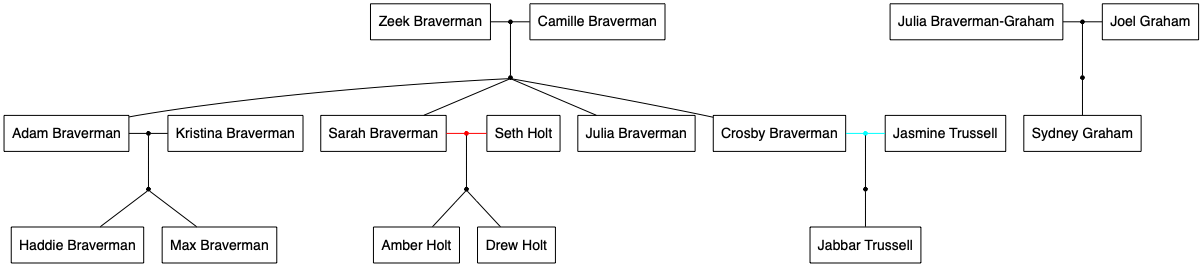
The Graphviz diagram public/parenthood2.gv.png in JosePedroDias/parenthood, before a commit. Its source is kept beside it as public/parenthood2.gv. Source of this version:
```dot
graph {
  node [shape=box fontname=Helvetica]

  subgraph {
    rank=same
    "Zeek Braverman" -- "Zeek Braverman_Camille Braverman" -- "Camille Braverman"
    "Zeek Braverman_Camille Braverman" [shape=point]
  }

  "Zeek Braverman_Camille Braverman" -- "Zeek Braverman_Camille Braverman_sibs"

  "Zeek Braverman_Camille Braverman_sibs" [shape=point]

  "Zeek Braverman_Camille Braverman_sibs" -- "Adam Braverman"
  "Zeek Braverman_Camille Braverman_sibs" -- "Sarah Braverman"
  "Zeek Braverman_Camille Braverman_sibs" -- "Julia Braverman"
  "Zeek Braverman_Camille Braverman_sibs" -- "Crosby Braverman"

  subgraph {
    rank=same
    "Adam Braverman"
    "Sarah Braverman"
    "Julia Braverman"
    "Crosby Braverman"
  }

  subgraph {
    rank=same
    "Adam Braverman" -- "Adam Braverman_Kristina Braverman" -- "Kristina Braverman"
    "Adam Braverman_Kristina Braverman" [shape=point]
  }

  "Adam Braverman_Kristina Braverman" -- "Adam Braverman_Kristina Braverman_sibs"

  "Adam Braverman_Kristina Braverman_sibs" [shape=point]

  "Adam Braverman_Kristina Braverman_sibs" -- "Haddie Braverman"
  "Adam Braverman_Kristina Braverman_sibs" -- "Max Braverman"

  subgraph {
    rank=same
    "Haddie Braverman"
    "Max Braverman"
  }

  subgraph {
    rank=same
    "Sarah Braverman" -- "Sarah Braverman_Seth Holt" -- "Seth Holt" [color=red]
    "Sarah Braverman_Seth Holt" [color=red shape=point]
  }

  "Sarah Braverman_Seth Holt" -- "Sarah Braverman_Seth Holt_sibs"

  "Sarah Braverman_Seth Holt_sibs" [shape=point]

  "Sarah Braverman_Seth Holt_sibs" -- "Amber Holt"
  "Sarah Braverman_Seth Holt_sibs" -- "Drew Holt"

  subgraph {
    rank=same
    "Amber Holt"
    "Drew Holt"
  }

  subgraph {
    rank=same
    "Julia Braverman-Graham" -- "Julia Braverman-Graham_Joel Graham" -- "Joel Graham"
    "Julia Braverman-Graham_Joel Graham" [shape=point]
  }

  "Julia Braverman-Graham_Joel Graham" -- "Julia Braverman-Graham_Joel Graham_sibs"

  "Julia Braverman-Graham_Joel Graham_sibs" [shape=point]

  "Julia Braverman-Graham_Joel Graham_sibs" -- "Sydney Graham"

  subgraph {
    rank=same
    "Sydney Graham"
  }

  subgraph {
    rank=same
    "Crosby Braverman" -- "Crosby Braverman_Jasmine Trussell" -- "Jasmine Trussell" [color=cyan]
    "Crosby Braverman_Jasmine Trussell" [color=cyan shape=point]
  }

  "Crosby Braverman_Jasmine Trussell" -- "Crosby Braverman_Jasmine Trussell_sibs"

  "Crosby Braverman_Jasmine Trussell_sibs" [shape=point]

  "Crosby Braverman_Jasmine Trussell_sibs" -- "Jabbar Trussell"

  subgraph {
    rank=same
    "Jabbar Trussell"
  }

}
```
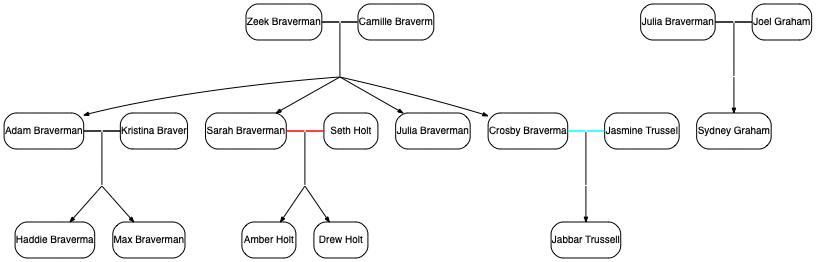
After the change.

Change to the diagram source:
```diff
@@ -1,99 +1,117 @@
 graph {
-  node [shape=box fontname=Helvetica]
+  node [shape=rect style=rounded fontname=Helvetica fontsize=10 margin=0.02]
+  splines=true
+  overlap=false
+  #pack=true
+  #packMode="node"
+  #ratio=1.5
+  #rankdir="LR"
+  #newrank=true
+
 
   subgraph {
     rank=same
-    "Zeek Braverman" -- "Zeek Braverman_Camille Braverman" -- "Camille Braverman"
-    "Zeek Braverman_Camille Braverman" [shape=point]
+    "Zeek Braverman" -- "Zeek Braverman_Camille Braverman" -- "Camille Braverman" [ penwidth=1.5 weight=2 len=0.7]
+    "Zeek Braverman" [label="Zeek Braverman" tooltip="Zeek Braverman"]
+    "Camille Braverman" [label="Camille Braverm" tooltip="Camille Braverman"]
+    "Zeek Braverman_Camille Braverman" [ shape=none width=0 height=0 label=""]
   }
 
   "Zeek Braverman_Camille Braverman" -- "Zeek Braverman_Camille Braverman_sibs"
 
-  "Zeek Braverman_Camille Braverman_sibs" [shape=point]
+  "Zeek Braverman_Camille Braverman_sibs" [shape=none width=0 height=0 label=""]
 
-  "Zeek Braverman_Camille Braverman_sibs" -- "Adam Braverman"
-  "Zeek Braverman_Camille Braverman_sibs" -- "Sarah Braverman"
-  "Zeek Braverman_Camille Braverman_sibs" -- "Julia Braverman"
-  "Zeek Braverman_Camille Braverman_sibs" -- "Crosby Braverman"
+  "Zeek Braverman_Camille Braverman_sibs" -- "Adam Braverman" [dir=forward arrowType=open arrowsize=0.5]
+  "Zeek Braverman_Camille Braverman_sibs" -- "Sarah Braverman" [dir=forward arrowType=open arrowsize=0.5]
+  "Zeek Braverman_Camille Braverman_sibs" -- "Julia Braverman" [dir=forward arrowType=open arrowsize=0.5]
+  "Zeek Braverman_Camille Braverman_sibs" -- "Crosby Braverman" [dir=forward arrowType=open arrowsize=0.5]
 
   subgraph {
     rank=same
-    "Adam Braverman"
-    "Sarah Braverman"
-    "Julia Braverman"
-    "Crosby Braverman"
+    "Adam Braverman" [label="Adam Braverman" tooltip="Adam Braverman"]
+    "Sarah Braverman" [label="Sarah Braverman" tooltip="Sarah Braverman"]
+    "Julia Braverman" [label="Julia Braverman" tooltip="Julia Braverman"]
+    "Crosby Braverman" [label="Crosby Braverma" tooltip="Crosby Braverman"]
   }
 
   subgraph {
     rank=same
-    "Adam Braverman" -- "Adam Braverman_Kristina Braverman" -- "Kristina Braverman"
-    "Adam Braverman_Kristina Braverman" [shape=point]
+    "Adam Braverman" -- "Adam Braverman_Kristina Braverman" -- "Kristina Braverman" [ penwidth=1.5 weight=2 len=0.7]
+    "Adam Braverman" [label="Adam Braverman" tooltip="Adam Braverman"]
+    "Kristina Braverman" [label="Kristina Braver" tooltip="Kristina Braverman"]
+    "Adam Braverman_Kristina Braverman" [ shape=none width=0 height=0 label=""]
   }
 
   "Adam Braverman_Kristina Braverman" -- "Adam Braverman_Kristina Braverman_sibs"
 
-  "Adam Braverman_Kristina Braverman_sibs" [shape=point]
+  "Adam Braverman_Kristina Braverman_sibs" [shape=none width=0 height=0 label=""]
 
-  "Adam Braverman_Kristina Braverman_sibs" -- "Haddie Braverman"
-  "Adam Braverman_Kristina Braverman_sibs" -- "Max Braverman"
+  "Adam Braverman_Kristina Braverman_sibs" -- "Haddie Braverman" [dir=forward arrowType=open arrowsize=0.5]
+  "Adam Braverman_Kristina Braverman_sibs" -- "Max Braverman" [dir=forward arrowType=open arrowsize=0.5]
 
   subgraph {
     rank=same
-    "Haddie Braverman"
-    "Max Braverman"
+    "Haddie Braverman" [label="Haddie Braverma" tooltip="Haddie Braverman"]
+    "Max Braverman" [label="Max Braverman" tooltip="Max Braverman"]
   }
 
   subgraph {
     rank=same
-    "Sarah Braverman" -- "Sarah Braverman_Seth Holt" -- "Seth Holt" [color=red]
-    "Sarah Braverman_Seth Holt" [color=red shape=point]
+    "Sarah Braverman" -- "Sarah Braverman_Seth Holt" -- "Seth Holt" [ color=red penwidth=1.5 weight=2 len=0.7]
+    "Sarah Braverman" [label="Sarah Braverman" tooltip="Sarah Braverman"]
+    "Seth Holt" [label="Seth Holt" tooltip="Seth Holt"]
+    "Sarah Braverman_Seth Holt" [ color=red shape=none width=0 height=0 label=""]
   }
 
   "Sarah Braverman_Seth Holt" -- "Sarah Braverman_Seth Holt_sibs"
 
-  "Sarah Braverman_Seth Holt_sibs" [shape=point]
+  "Sarah Braverman_Seth Holt_sibs" [shape=none width=0 height=0 label=""]
 
-  "Sarah Braverman_Seth Holt_sibs" -- "Amber Holt"
-  "Sarah Braverman_Seth Holt_sibs" -- "Drew Holt"
+  "Sarah Braverman_Seth Holt_sibs" -- "Amber Holt" [dir=forward arrowType=open arrowsize=0.5]
+  "Sarah Braverman_Seth Holt_sibs" -- "Drew Holt" [dir=forward arrowType=open arrowsize=0.5]
 
   subgraph {
     rank=same
-    "Amber Holt"
-    "Drew Holt"
+    "Amber Holt" [label="Amber Holt" tooltip="Amber Holt"]
+    "Drew Holt" [label="Drew Holt" tooltip="Drew Holt"]
   }
 
   subgraph {
     rank=same
-    "Julia Braverman-Graham" -- "Julia Braverman-Graham_Joel Graham" -- "Joel Graham"
-    "Julia Braverman-Graham_Joel Graham" [shape=point]
+    "Julia Braverman-Graham" -- "Julia Braverman-Graham_Joel Graham" -- "Joel Graham" [ penwidth=1.5 weight=2 len=0.7]
+    "Julia Braverman-Graham" [label="Julia Braverman" tooltip="Julia Braverman-Graham"]
+    "Joel Graham" [label="Joel Graham" tooltip="Joel Graham"]
+    "Julia Braverman-Graham_Joel Graham" [ shape=none width=0 height=0 label=""]
   }
 
   "Julia Braverman-Graham_Joel Graham" -- "Julia Braverman-Graham_Joel Graham_sibs"
 
-  "Julia Braverman-Graham_Joel Graham_sibs" [shape=point]
+  "Julia Braverman-Graham_Joel Graham_sibs" [shape=none width=0 height=0 label=""]
 
-  "Julia Braverman-Graham_Joel Graham_sibs" -- "Sydney Graham"
+  "Julia Braverman-Graham_Joel Graham_sibs" -- "Sydney Graham" [dir=forward arrowType=open arrowsize=0.5]
 
   subgraph {
     rank=same
-    "Sydney Graham"
+    "Sydney Graham" [label="Sydney Graham" tooltip="Sydney Graham"]
   }
 
   subgraph {
     rank=same
-    "Crosby Braverman" -- "Crosby Braverman_Jasmine Trussell" -- "Jasmine Trussell" [color=cyan]
-    "Crosby Braverman_Jasmine Trussell" [color=cyan shape=point]
+    "Crosby Braverman" -- "Crosby Braverman_Jasmine Trussell" -- "Jasmine Trussell" [ color=cyan penwidth=1.5 weight=2 len=0.7]
+    "Crosby Braverman" [label="Crosby Braverma" tooltip="Crosby Braverman"]
+    "Jasmine Trussell" [label="Jasmine Trussel" tooltip="Jasmine Trussell"]
+    "Crosby Braverman_Jasmine Trussell" [ color=cyan shape=none width=0 height=0 label=""]
   }
 
   "Crosby Braverman_Jasmine Trussell" -- "Crosby Braverman_Jasmine Trussell_sibs"
 
-  "Crosby Braverman_Jasmine Trussell_sibs" [shape=point]
+  "Crosby Braverman_Jasmine Trussell_sibs" [shape=none width=0 height=0 label=""]
 
-  "Crosby Braverman_Jasmine Trussell_sibs" -- "Jabbar Trussell"
+  "Crosby Braverman_Jasmine Trussell_sibs" -- "Jabbar Trussell" [dir=forward arrowType=open arrowsize=0.5]
 
   subgraph {
     rank=same
-    "Jabbar Trussell"
+    "Jabbar Trussell" [label="Jabbar Trussell" tooltip="Jabbar Trussell"]
   }
 
 }
```
